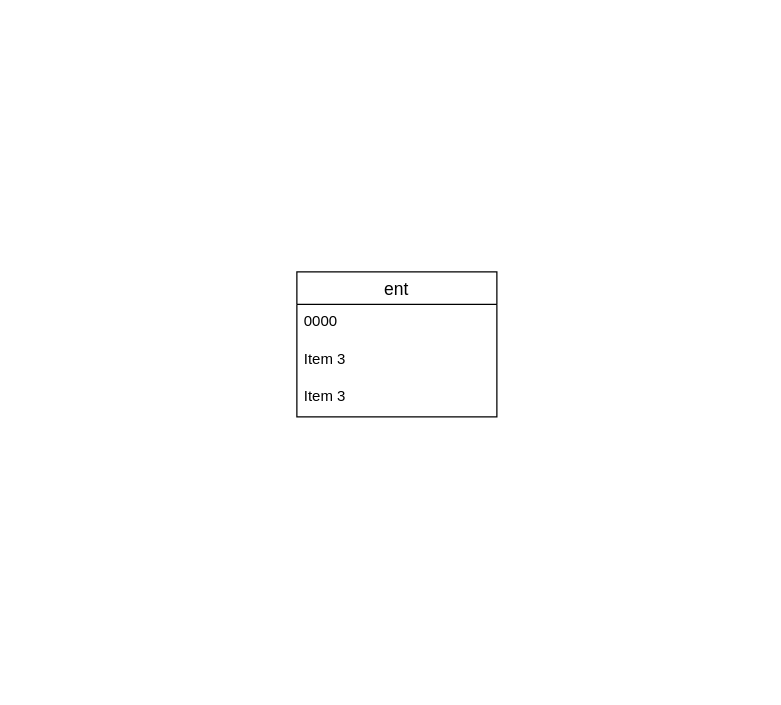
Above: Tutorial 2/Tutorial2_Exercise3.drawio in ChitharaKarunasekera/DatabaseSystemsTutorials (draw.io), before the change. Source tidied: cells renumbered, new cells numbered last; positions are measured from the earlier drawing's top-left corner, leaving out a move shared by most shapes. Both pictures are drawn from the tidied source at 125%, with x=0, y=0 at pixel (296, 271).
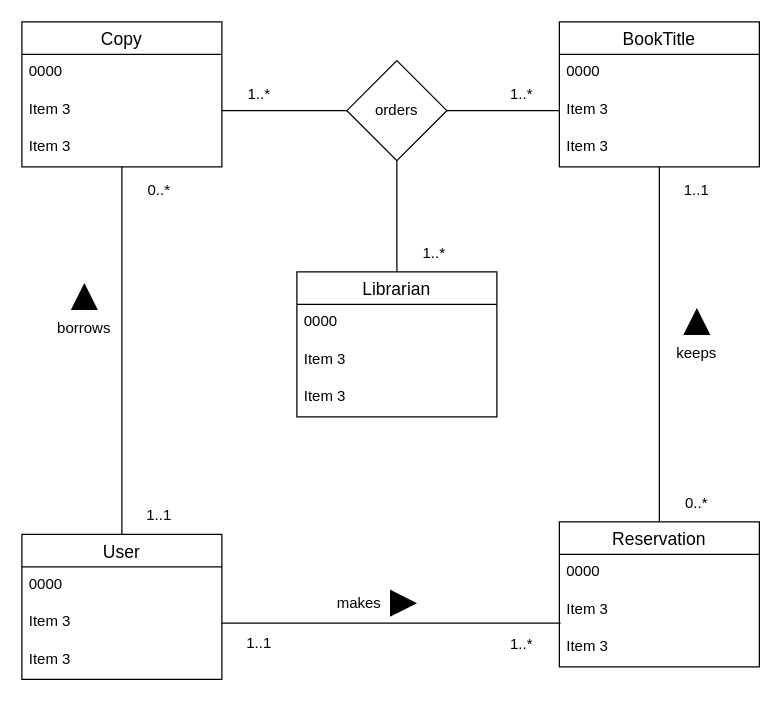
After the change.

Commit message:
Complete ERD

The edit, as a diff of the source:
```diff
@@
-    <mxCell id="2" value="ent" style="swimlane;fontStyle=0;horizontal=1;startSize=26;align=center;fontSize=14;" parent="1" vertex="1">
+    <mxCell id="2" value="Librarian" style="swimlane;fontStyle=0;horizontal=1;startSize=26;align=center;fontSize=14;" parent="1" vertex="1">
       <mxGeometry width="160" height="116" as="geometry" />
     </mxCell>
@@
+    <mxCell id="6" value="BookTitle" style="swimlane;fontStyle=0;horizontal=1;startSize=26;align=center;fontSize=14;" parent="1" vertex="1">
+      <mxGeometry x="210" y="-200" width="160" height="116" as="geometry" />
+    </mxCell>
+    <mxCell id="7" value="0000" style="text;strokeColor=none;fillColor=none;spacingLeft=4;spacingRight=4;overflow=hidden;fontSize=12;" parent="6" vertex="1">
+      <mxGeometry y="26" width="160" height="30" as="geometry" />
+    </mxCell>
+    <mxCell id="8" value="Item 3" style="text;strokeColor=none;fillColor=none;spacingLeft=4;spacingRight=4;overflow=hidden;points=[[0,0.5],[1,0.5]];portConstraint=eastwest;fontSize=12;" parent="6" vertex="1">
+      <mxGeometry y="56" width="160" height="30" as="geometry" />
+    </mxCell>
+    <mxCell id="9" value="Item 3" style="text;strokeColor=none;fillColor=none;spacingLeft=4;spacingRight=4;overflow=hidden;fontSize=12;" parent="6" vertex="1">
+      <mxGeometry y="86" width="160" height="30" as="geometry" />
+    </mxCell>
+    <mxCell id="10" style="edgeStyle=orthogonalEdgeStyle;rounded=0;jettySize=auto;html=1;entryX=0.5;entryY=0;entryDx=0;entryDy=0;endArrow=none;endFill=0;" parent="1" edge="1" source="11" target="19">
+      <mxGeometry relative="1" as="geometry" />
+    </mxCell>
+    <mxCell id="11" value="Copy" style="swimlane;fontStyle=0;horizontal=1;startSize=26;align=center;fontSize=14;" parent="1" vertex="1">
+      <mxGeometry x="-220" y="-200" width="160" height="116" as="geometry" />
+    </mxCell>
+    <mxCell id="12" value="0000" style="text;strokeColor=none;fillColor=none;spacingLeft=4;spacingRight=4;overflow=hidden;fontSize=12;" parent="11" vertex="1">
+      <mxGeometry y="26" width="160" height="30" as="geometry" />
+    </mxCell>
+    <mxCell id="13" value="Item 3" style="text;strokeColor=none;fillColor=none;spacingLeft=4;spacingRight=4;overflow=hidden;points=[[0,0.5],[1,0.5]];portConstraint=eastwest;fontSize=12;" parent="11" vertex="1">
+      <mxGeometry y="56" width="160" height="30" as="geometry" />
+    </mxCell>
+    <mxCell id="14" value="Item 3" style="text;strokeColor=none;fillColor=none;spacingLeft=4;spacingRight=4;overflow=hidden;fontSize=12;" parent="11" vertex="1">
+      <mxGeometry y="86" width="160" height="30" as="geometry" />
+    </mxCell>
+    <mxCell id="15" style="edgeStyle=orthogonalEdgeStyle;rounded=0;jettySize=auto;html=1;entryX=0.5;entryY=0;entryDx=0;entryDy=0;endArrow=none;endFill=0;" parent="1" edge="1" source="16" target="2">
+      <mxGeometry relative="1" as="geometry" />
+    </mxCell>
+    <mxCell id="16" value="orders" style="rhombus;whiteSpace=wrap;html=1;strokeColor=default;fillColor=none;" parent="1" vertex="1">
+      <mxGeometry x="40" y="-169" width="80" height="80" as="geometry" />
+    </mxCell>
+    <mxCell id="17" style="edgeStyle=orthogonalEdgeStyle;rounded=0;jettySize=auto;html=1;endArrow=none;endFill=0;" parent="1" edge="1" source="13" target="16">
+      <mxGeometry relative="1" as="geometry" />
+    </mxCell>
+    <mxCell id="18" style="edgeStyle=orthogonalEdgeStyle;rounded=0;jettySize=auto;html=1;entryX=1;entryY=0.5;entryDx=0;entryDy=0;endArrow=none;endFill=0;" parent="1" edge="1" source="8" target="16">
+      <mxGeometry relative="1" as="geometry" />
+    </mxCell>
+    <mxCell id="19" value="User" style="swimlane;fontStyle=0;horizontal=1;startSize=26;align=center;fontSize=14;" parent="1" vertex="1">
+      <mxGeometry x="-220" y="210" width="160" height="116" as="geometry" />
+    </mxCell>
+    <mxCell id="20" value="0000" style="text;strokeColor=none;fillColor=none;spacingLeft=4;spacingRight=4;overflow=hidden;fontSize=12;" parent="19" vertex="1">
+      <mxGeometry y="26" width="160" height="30" as="geometry" />
+    </mxCell>
+    <mxCell id="21" value="Item 3" style="text;strokeColor=none;fillColor=none;spacingLeft=4;spacingRight=4;overflow=hidden;points=[[0,0.5],[1,0.5]];portConstraint=eastwest;fontSize=12;" parent="19" vertex="1">
+      <mxGeometry y="56" width="160" height="30" as="geometry" />
+    </mxCell>
+    <mxCell id="22" value="Item 3" style="text;strokeColor=none;fillColor=none;spacingLeft=4;spacingRight=4;overflow=hidden;fontSize=12;" parent="19" vertex="1">
+      <mxGeometry y="86" width="160" height="30" as="geometry" />
+    </mxCell>
+    <mxCell id="23" style="edgeStyle=orthogonalEdgeStyle;rounded=0;jettySize=auto;html=1;endArrow=none;endFill=0;" parent="1" edge="1" source="24" target="6">
+      <mxGeometry relative="1" as="geometry" />
+    </mxCell>
+    <mxCell id="24" value="Reservation" style="swimlane;fontStyle=0;horizontal=1;startSize=26;align=center;fontSize=14;" parent="1" vertex="1">
+      <mxGeometry x="210" y="200" width="160" height="116" as="geometry" />
+    </mxCell>
+    <mxCell id="25" value="0000" style="text;strokeColor=none;fillColor=none;spacingLeft=4;spacingRight=4;overflow=hidden;fontSize=12;" parent="24" vertex="1">
+      <mxGeometry y="26" width="160" height="30" as="geometry" />
+    </mxCell>
+    <mxCell id="26" value="Item 3" style="text;strokeColor=none;fillColor=none;spacingLeft=4;spacingRight=4;overflow=hidden;points=[[0,0.5],[1,0.5]];portConstraint=eastwest;fontSize=12;" parent="24" vertex="1">
+      <mxGeometry y="56" width="160" height="30" as="geometry" />
+    </mxCell>
+    <mxCell id="27" value="Item 3" style="text;strokeColor=none;fillColor=none;spacingLeft=4;spacingRight=4;overflow=hidden;fontSize=12;" parent="24" vertex="1">
+      <mxGeometry y="86" width="160" height="30" as="geometry" />
+    </mxCell>
+    <mxCell id="28" value="1..*" style="text;html=1;strokeColor=none;fillColor=none;align=center;verticalAlign=middle;whiteSpace=wrap;rounded=0;" parent="1" vertex="1">
+      <mxGeometry x="-60" y="-157" width="60" height="30" as="geometry" />
+    </mxCell>
+    <mxCell id="29" value="1..*" style="text;html=1;strokeColor=none;fillColor=none;align=center;verticalAlign=middle;whiteSpace=wrap;rounded=0;" parent="1" vertex="1">
+      <mxGeometry x="150" y="-157" width="60" height="30" as="geometry" />
+    </mxCell>
+    <mxCell id="30" value="1..*" style="text;html=1;strokeColor=none;fillColor=none;align=center;verticalAlign=middle;whiteSpace=wrap;rounded=0;" parent="1" vertex="1">
+      <mxGeometry x="80" y="-30" width="60" height="30" as="geometry" />
+    </mxCell>
+    <mxCell id="31" value="keeps" style="text;html=1;strokeColor=none;fillColor=none;align=center;verticalAlign=middle;whiteSpace=wrap;rounded=0;" parent="1" vertex="1">
+      <mxGeometry x="290" y="50" width="60" height="30" as="geometry" />
+    </mxCell>
+    <mxCell id="32" style="triangle;whiteSpace=wrap;html=1;strokeColor=default;fillColor=#000000;direction=north;" parent="1" vertex="1">
+      <mxGeometry x="310" y="30" width="20" height="20" as="geometry" />
+    </mxCell>
+    <mxCell id="33" value="1..1" style="text;html=1;strokeColor=none;fillColor=none;align=center;verticalAlign=middle;whiteSpace=wrap;rounded=0;" parent="1" vertex="1">
+      <mxGeometry x="290" y="-80" width="60" height="30" as="geometry" />
+    </mxCell>
+    <mxCell id="34" value="0..*" style="text;html=1;strokeColor=none;fillColor=none;align=center;verticalAlign=middle;whiteSpace=wrap;rounded=0;" parent="1" vertex="1">
+      <mxGeometry x="290" y="170" width="60" height="30" as="geometry" />
+    </mxCell>
+    <mxCell id="35" style="edgeStyle=orthogonalEdgeStyle;rounded=0;jettySize=auto;html=1;entryX=0.006;entryY=0.833;entryDx=0;entryDy=0;entryPerimeter=0;endArrow=none;endFill=0;" parent="1" edge="1" source="21" target="26">
+      <mxGeometry relative="1" as="geometry" />
+    </mxCell>
+    <mxCell id="36" value="makes" style="text;html=1;strokeColor=none;fillColor=none;align=center;verticalAlign=middle;whiteSpace=wrap;rounded=0;" parent="1" vertex="1">
+      <mxGeometry x="20" y="250" width="60" height="30" as="geometry" />
+    </mxCell>
+    <mxCell id="37" style="triangle;whiteSpace=wrap;html=1;strokeColor=default;fillColor=#000000;direction=east;" parent="1" vertex="1">
+      <mxGeometry x="75" y="255" width="20" height="20" as="geometry" />
+    </mxCell>
+    <mxCell id="38" value="1..*" style="text;html=1;strokeColor=none;fillColor=none;align=center;verticalAlign=middle;whiteSpace=wrap;rounded=0;" parent="1" vertex="1">
+      <mxGeometry x="150" y="283" width="60" height="30" as="geometry" />
+    </mxCell>
+    <mxCell id="39" value="1..1" style="text;html=1;strokeColor=none;fillColor=none;align=center;verticalAlign=middle;whiteSpace=wrap;rounded=0;" parent="1" vertex="1">
+      <mxGeometry x="-60" y="282" width="60" height="30" as="geometry" />
+    </mxCell>
+    <mxCell id="40" value="borrows" style="text;html=1;strokeColor=none;fillColor=none;align=center;verticalAlign=middle;whiteSpace=wrap;rounded=0;" parent="1" vertex="1">
+      <mxGeometry x="-200" y="30" width="60" height="30" as="geometry" />
+    </mxCell>
+    <mxCell id="41" style="triangle;whiteSpace=wrap;html=1;strokeColor=default;fillColor=#000000;direction=north;" parent="1" vertex="1">
+      <mxGeometry x="-180" y="10" width="20" height="20" as="geometry" />
+    </mxCell>
+    <mxCell id="42" value="0..*" style="text;html=1;strokeColor=none;fillColor=none;align=center;verticalAlign=middle;whiteSpace=wrap;rounded=0;" parent="1" vertex="1">
+      <mxGeometry x="-140" y="-80" width="60" height="30" as="geometry" />
+    </mxCell>
+    <mxCell id="43" value="1..1" style="text;html=1;strokeColor=none;fillColor=none;align=center;verticalAlign=middle;whiteSpace=wrap;rounded=0;" parent="1" vertex="1">
+      <mxGeometry x="-140" y="180" width="60" height="30" as="geometry" />
+    </mxCell>
```
